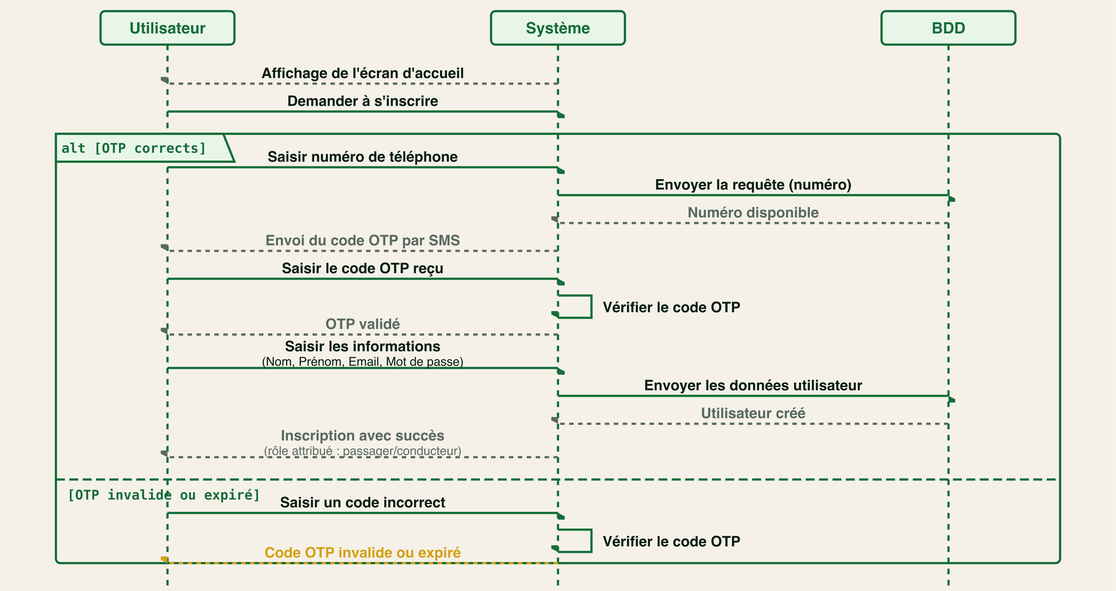
Earlier version of the PlantUML export figures/fig_sequence_inscription.png (Belhormamohamed13/Memiore_RohWinBghit). Its source is kept beside it as plantuml/fig_sequence_inscription.puml.
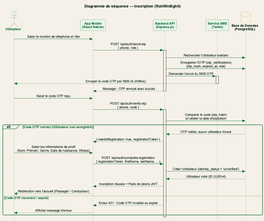
Above is the later version.

Change to the diagram source:
```diff
@@ -3,36 +3,46 @@
 skinparam style strictuml
 skinparam SequenceMessageAlignment center
 
-
 title Diagramme de séquence — Inscription (RohWinBghit)
 
-actor "r : Utilisateur" as U
-participant "System" as S
-database "BDD" as DB
+actor "Utilisateur" as U
+participant "App Mobile\n(React Native)" as App
+participant "Backend API\n(Express.js)" as API
+participant "Service SMS\n(Twilio)" as SMS
+database "Base de Données\n(PostgreSQL)" as DB
 
-U -> S : Affichage de l'écran d'accueil
-U -> S : Demander à s'inscrire
+U -> App : Saisir le numéro de téléphone et rôle
+App -> API : POST /api/auth/send-otp\n{ phone, role }
+activate API
 
-alt Rôle de l'utilisateur (Conducteur / Passager)
+API -> DB : Rechercher l'utilisateur existant
+API -> DB : Enregistrer l'OTP (otp_verifications)\n[otp_hash, expires_at, role]
+API -> SMS : Demander l'envoi du SMS OTP
+activate SMS
+SMS --> U : Envoyer le code OTP par SMS (6 chiffres)
+deactivate SMS
+API --> App : Message : OTP envoyé avec succès
+deactivate API
 
-  alt Téléphone & code de validation corrects
-    U -> S : Saisir le numéro de téléphone
-    S -> DB : Vérifier la disponibilité du numéro
-    DB --> S : Numéro disponible
-    S --> U : Envoi du code de validation par SMS
-    U -> S : Saisir le code de validation reçu
-    S -> S : Vérifier le code de validation
-    S --> U : Code de validation validé
-    U -> S : Saisir les informations de profil\n(Nom, Prénom, Email, Mot de passe)
-    S -> DB : Enregistrer les données de l'utilisateur
-    DB --> S : Utilisateur créé
-    S --> U : Inscription réussie\n(Rôle attribué : passager ou conducteur)
-  else Code de validation invalide ou expiré
-    U -> S : Saisir un code de validation incorrect
-    S -> S : Vérifier le code de validation
-    S --> U : Message : Code de validation invalide ou expiré
-  end
+U -> App : Saisir le code OTP reçu
+App -> API : POST /api/auth/verify-otp\n{ phone, code }
+activate API
 
+API -> DB : Comparer le code (otp_hash)\net valider la date d'expiration
+alt Code OTP correct (Utilisateur non enregistré)
+  DB --> API : OTP valide, aucun utilisateur trouvé
+  API --> App : { needsRegistration: true, registrationToken }
+
+  U -> App : Saisir les informations de profil\n(Nom, Prénom, Genre, Date de naissance, Wilaya)
+  App -> API : POST /api/auth/complete-registration\n{ registrationToken, firstName, lastName, ... }
+  API -> DB : Créer l'utilisateur (identity_status = 'unverified')
+  DB --> API : Utilisateur créé (ID UUIDv4)
+  API --> App : Inscription réussie + Paire de jetons JWT
+  App --> U : Redirection vers l'accueil (Passager / Conducteur)
+else Code OTP incorrect / expiré
+  API --> App : Erreur 401 : Code OTP invalide ou expiré
+  App --> U : Afficher message d'erreur
 end
+deactivate API
 
 @enduml
```
